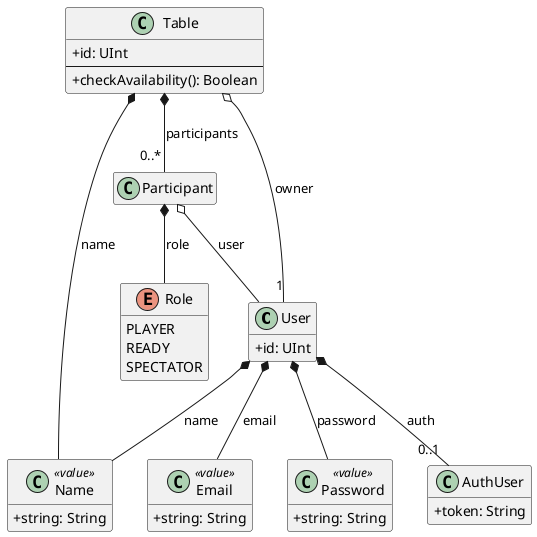
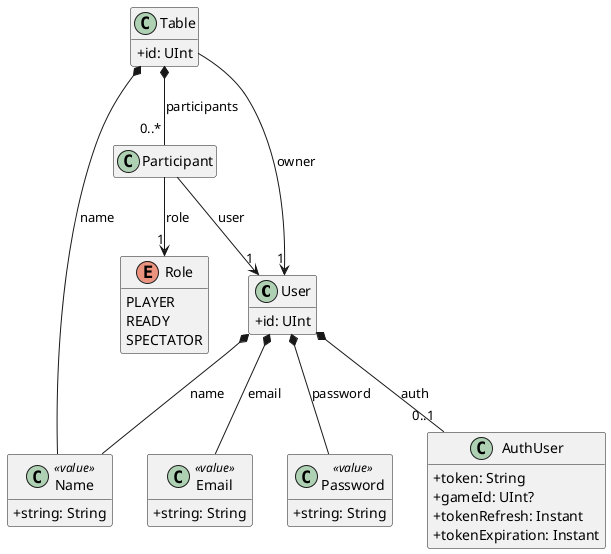
@startuml ApresentacaoLobby
hide empty members
skinparam classAttributeIconSize 0

class User {
  +id: UInt
}

class AuthUser {
  +token: String
+   +gameId: UInt?
+   +tokenRefresh: Instant
+   +tokenExpiration: Instant
}

class Table {
  +id: UInt
-   --
-   +checkAvailability(): Boolean
}

class Participant { }

enum Role {
  PLAYER
  READY
  SPECTATOR
}

class Name <<value>> {
  +string: String
}

class Email <<value>> {
  +string: String
}

class Password <<value>> {
  +string: String
}

User *-- "0..1" AuthUser : auth
User *-- Name : name
User *-- Email : email
User *-- Password : password

Table *-- Name : name
- Table o-- "1" User : owner
+ Table --> "1" User : owner
Table *-- "0..*" Participant : participants

- Participant o-- User : user
- Participant *-- Role : role
+ Participant --> "1" User : user
+ Participant --> "1" Role : role

@enduml
